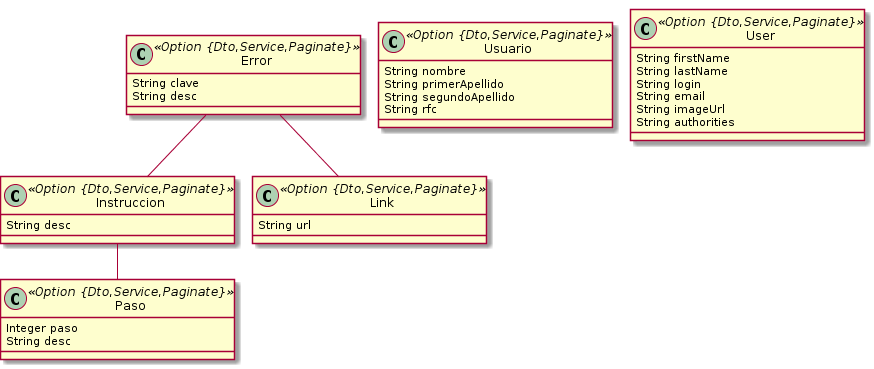
salsa-community/kbase keeps this PlantUML diagram as entities.png. Above is the earlier version. Its diagram source:
```plantuml
@startuml
	!pragma graphviz_dot jdot
	!pragma syntax class
	class Error <<Option {Dto,Service,Paginate}>> {
		String clave
		String desc
	}
	class Instruccion <<Option {Dto,Service,Paginate}>> {
		String desc
	}
	class Link <<Option {Dto,Service,Paginate}>> {
		String url
	}
	class Paso <<Option {Dto,Service,Paginate}>> {
		Integer paso
		String desc
	}
	class Usuario <<Option {Dto,Service,Paginate}>> {
		String nombre
		String primerApellido
		String segundoApellido
		String rfc
	}
	Error  "instruccion 0..1 " -- "0..1 "  Instruccion
	Error  "links 0..1 " --o "0..* "  Link
	Instruccion  "pasos 0..1 " --o "0..* "  Paso
	class User <<Option {Dto,Service,Paginate}>> {
		String firstName
		String lastName
		String login
		String email
		String imageUrl
		String authorities
	}
@enduml
```
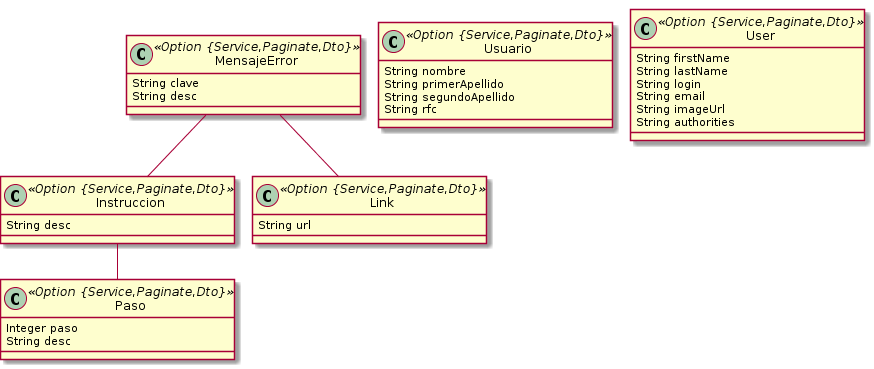
After the change.

Commit message:
update mensaje de error

What changed in the source:
```diff
@@ -1,30 +1,30 @@
 @startuml
 	!pragma graphviz_dot jdot
 	!pragma syntax class
-	class Error <<Option {Dto,Service,Paginate}>> {
+	class MensajeError <<Option {Service,Paginate,Dto}>> {
 		String clave
 		String desc
 	}
-	class Instruccion <<Option {Dto,Service,Paginate}>> {
+	class Instruccion <<Option {Service,Paginate,Dto}>> {
 		String desc
 	}
-	class Link <<Option {Dto,Service,Paginate}>> {
+	class Link <<Option {Service,Paginate,Dto}>> {
 		String url
 	}
-	class Paso <<Option {Dto,Service,Paginate}>> {
+	class Paso <<Option {Service,Paginate,Dto}>> {
 		Integer paso
 		String desc
 	}
-	class Usuario <<Option {Dto,Service,Paginate}>> {
+	class Usuario <<Option {Service,Paginate,Dto}>> {
 		String nombre
 		String primerApellido
 		String segundoApellido
 		String rfc
 	}
-	Error  "instruccion 0..1 " -- "0..1 "  Instruccion
-	Error  "links 0..1 " --o "0..* "  Link
+	MensajeError  "instruccion 0..1 " -- "0..1 "  Instruccion
+	MensajeError  "links 0..1 " --o "0..* "  Link
 	Instruccion  "pasos 0..1 " --o "0..* "  Paso
-	class User <<Option {Dto,Service,Paginate}>> {
+	class User <<Option {Service,Paginate,Dto}>> {
 		String firstName
 		String lastName
 		String login
```
